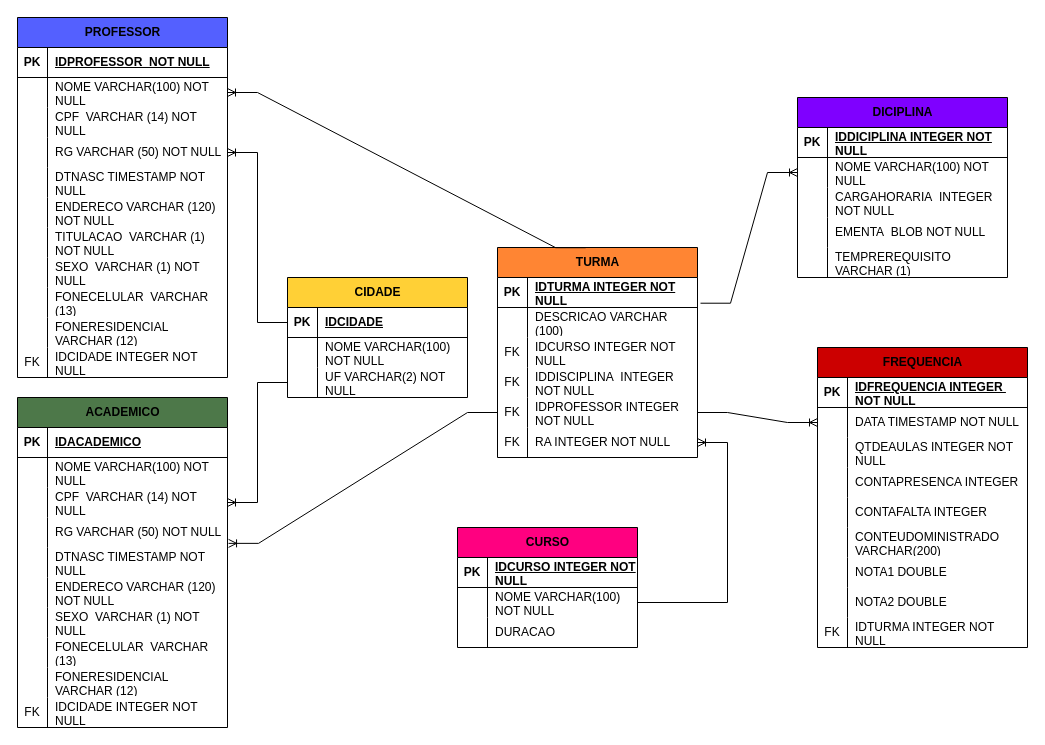
Before: Diagrama sem nome2.drawio in joaopaulopossamai/Banco-de-dados, a draw.io diagram. Source tidied: cells renumbered, new cells numbered last; positions are measured from the earlier drawing's top-left corner, leaving out a move shared by most shapes. Both pictures are drawn from the tidied source at 100%, with x=0, y=0 at pixel (17, 17).
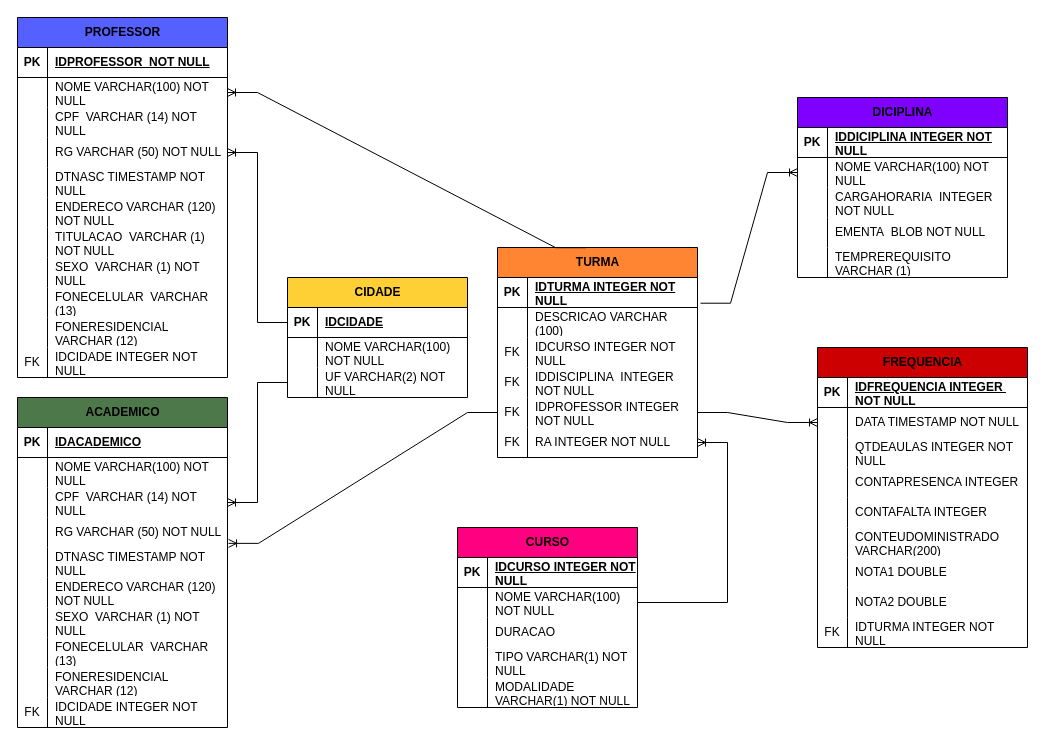
The same page after the edit.

Diff of the diagram source:
```diff
@@
     <mxCell id="79" value="CURSO" style="shape=table;startSize=30;childLayout=tableLayout;rowLines=0;fontStyle=1;align=center;html=1;fillColor=#FF0080;" parent="1" vertex="1">
-      <mxGeometry x="440" y="510" width="180" height="120" as="geometry" />
+      <mxGeometry x="440" y="510" width="180" height="180" as="geometry" />
     </mxCell>
@@
+    <mxCell id="157" style="shape=tableRow;horizontal=0;startSize=0;swimlaneHead=0;swimlaneBody=0;fillColor=none;top=0;left=0;right=0;bottom=0;" parent="79" vertex="1">
+      <mxGeometry y="120" width="180" height="30" as="geometry" />
+    </mxCell>
+    <mxCell id="158" style="shape=partialRectangle;fillColor=none;top=0;left=0;bottom=0;right=0;overflow=hidden;whiteSpace=wrap;html=1;" parent="157" vertex="1">
+      <mxGeometry width="30" height="30" as="geometry" />
+    </mxCell>
+    <mxCell id="159" value="TIPO VARCHAR(1) NOT NULL" style="shape=partialRectangle;fillColor=none;top=0;left=0;bottom=0;right=0;align=left;spacingLeft=6;overflow=hidden;whiteSpace=wrap;html=1;" parent="157" vertex="1">
+      <mxGeometry x="30" width="150" height="30" as="geometry" />
+    </mxCell>
+    <mxCell id="160" style="shape=tableRow;horizontal=0;startSize=0;swimlaneHead=0;swimlaneBody=0;fillColor=none;top=0;left=0;right=0;bottom=0;" parent="79" vertex="1">
+      <mxGeometry y="150" width="180" height="30" as="geometry" />
+    </mxCell>
+    <mxCell id="161" style="shape=partialRectangle;fillColor=none;top=0;left=0;bottom=0;right=0;overflow=hidden;whiteSpace=wrap;html=1;" parent="160" vertex="1">
+      <mxGeometry width="30" height="30" as="geometry" />
+    </mxCell>
+    <mxCell id="162" value="MODALIDADE VARCHAR(1) NOT NULL" style="shape=partialRectangle;fillColor=none;top=0;left=0;bottom=0;right=0;align=left;spacingLeft=6;overflow=hidden;whiteSpace=wrap;html=1;" parent="160" vertex="1">
+      <mxGeometry x="30" width="150" height="30" as="geometry" />
+    </mxCell>
```
